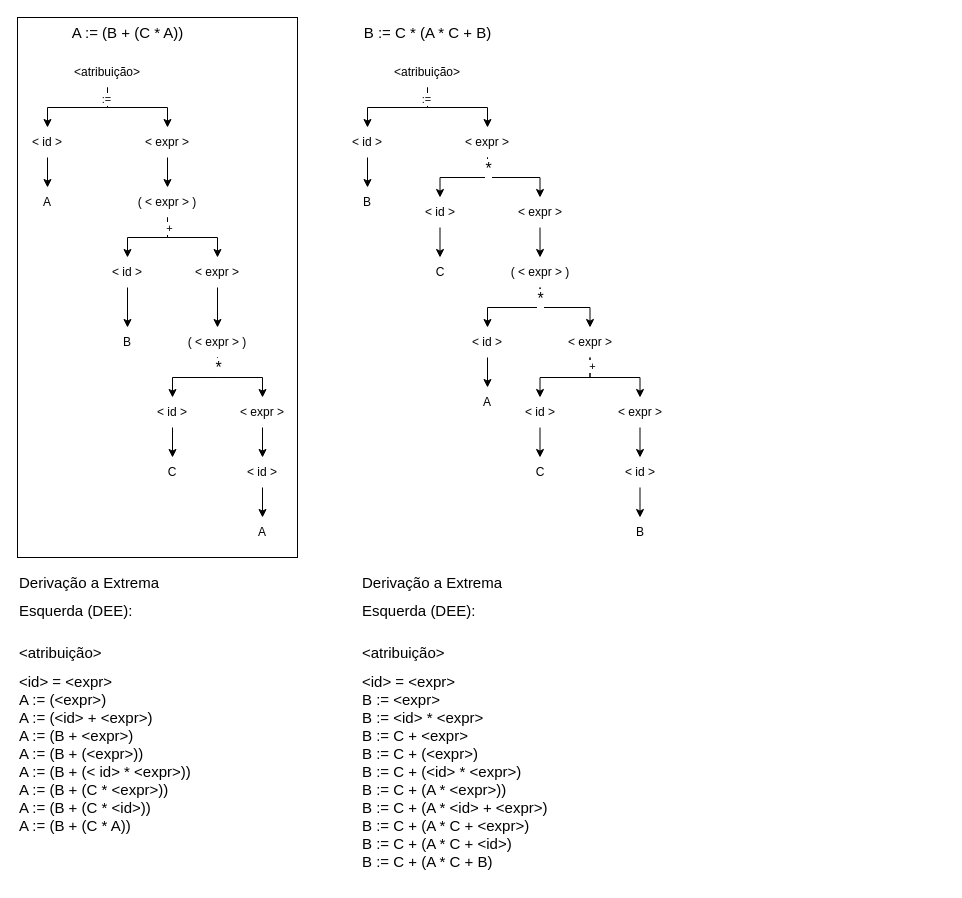
The draw.io diagram PLP.drawio in gabrielbentog/graphs, before the edit. Source tidied: cells renumbered, new cells numbered last; positions are measured from the earlier drawing's top-left corner, leaving out a move shared by most shapes. Both pictures are drawn from the tidied source at 100%, with x=0, y=0 at pixel (17, 17).
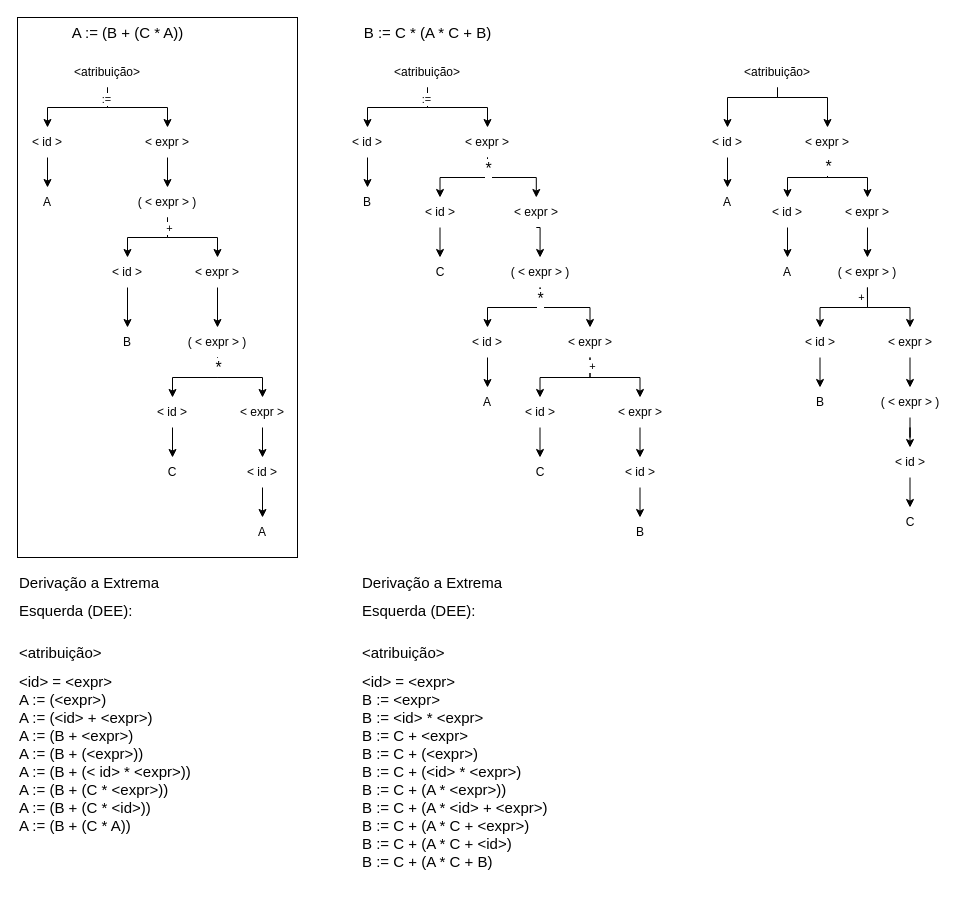
The same page after the edit.

Diff of the diagram source:
```diff
@@
     <mxCell id="48" value="&amp;lt; expr &amp;gt;" style="text;html=1;align=center;verticalAlign=middle;whiteSpace=wrap;rounded=0;" parent="1" vertex="1">
-      <mxGeometry x="492.5" y="180" width="60" height="30" as="geometry" />
+      <mxGeometry x="488.8" y="180" width="60" height="30" as="geometry" />
     </mxCell>
@@
+    <mxCell id="72" style="edgeStyle=orthogonalEdgeStyle;rounded=0;jettySize=auto;html=1;exitX=0.5;exitY=1;exitDx=0;exitDy=0;entryX=0.5;entryY=0;entryDx=0;entryDy=0;" parent="1" edge="1" source="80">
+      <mxGeometry relative="1" as="geometry">
+        <mxPoint x="710" y="170" as="targetPoint" />
+      </mxGeometry>
+    </mxCell>
+    <mxCell id="73" style="edgeStyle=orthogonalEdgeStyle;rounded=0;jettySize=auto;html=1;entryX=0.5;entryY=0;entryDx=0;entryDy=0;" parent="1" edge="1" source="76" target="83">
+      <mxGeometry relative="1" as="geometry" />
+    </mxCell>
+    <mxCell id="74" style="edgeStyle=orthogonalEdgeStyle;rounded=0;jettySize=auto;html=1;exitX=0.5;exitY=1;exitDx=0;exitDy=0;entryX=0.5;entryY=0;entryDx=0;entryDy=0;" parent="1" edge="1" source="76" target="85">
+      <mxGeometry relative="1" as="geometry" />
+    </mxCell>
+    <mxCell id="75" value="*" style="edgeLabel;html=1;align=center;verticalAlign=middle;fontSize=16;" parent="74" vertex="1">
+      <mxGeometry x="-0.81" relative="1" as="geometry" />
+    </mxCell>
+    <mxCell id="76" value="&amp;lt; expr &amp;gt;" style="text;html=1;align=center;verticalAlign=middle;whiteSpace=wrap;rounded=0;" parent="1" vertex="1">
+      <mxGeometry x="780" y="110" width="60" height="30" as="geometry" />
+    </mxCell>
+    <mxCell id="77" style="edgeStyle=orthogonalEdgeStyle;rounded=0;jettySize=auto;html=1;entryX=0.5;entryY=0;entryDx=0;entryDy=0;exitX=0.5;exitY=1;exitDx=0;exitDy=0;" parent="1" edge="1" source="79">
+      <mxGeometry relative="1" as="geometry">
+        <mxPoint x="710" y="110" as="targetPoint" />
+        <Array as="points">
+          <mxPoint x="760" y="80" />
+          <mxPoint x="710" y="80" />
+        </Array>
+      </mxGeometry>
+    </mxCell>
+    <mxCell id="78" style="edgeStyle=orthogonalEdgeStyle;rounded=0;jettySize=auto;html=1;exitX=0.5;exitY=1;exitDx=0;exitDy=0;" parent="1" edge="1" source="79" target="76">
+      <mxGeometry relative="1" as="geometry">
+        <Array as="points">
+          <mxPoint x="760" y="80" />
+          <mxPoint x="810" y="80" />
+        </Array>
+      </mxGeometry>
+    </mxCell>
+    <mxCell id="79" value="&amp;lt;atribuição&amp;gt;" style="text;html=1;align=center;verticalAlign=middle;whiteSpace=wrap;rounded=0;" parent="1" vertex="1">
+      <mxGeometry x="730" y="40" width="60" height="30" as="geometry" />
+    </mxCell>
+    <mxCell id="80" value="&amp;lt; id &amp;gt;" style="text;html=1;align=center;verticalAlign=middle;whiteSpace=wrap;rounded=0;" parent="1" vertex="1">
+      <mxGeometry x="680" y="110" width="60" height="30" as="geometry" />
+    </mxCell>
+    <mxCell id="81" value="A" style="text;html=1;align=center;verticalAlign=middle;whiteSpace=wrap;rounded=0;" parent="1" vertex="1">
+      <mxGeometry x="680" y="170" width="60" height="30" as="geometry" />
+    </mxCell>
+    <mxCell id="82" style="edgeStyle=orthogonalEdgeStyle;rounded=0;jettySize=auto;html=1;exitX=0.5;exitY=1;exitDx=0;exitDy=0;" parent="1" edge="1" source="83" target="86">
+      <mxGeometry relative="1" as="geometry" />
+    </mxCell>
+    <mxCell id="83" value="&amp;lt; id &amp;gt;" style="text;html=1;align=center;verticalAlign=middle;whiteSpace=wrap;rounded=0;" parent="1" vertex="1">
+      <mxGeometry x="740" y="180" width="60" height="30" as="geometry" />
+    </mxCell>
+    <mxCell id="84" style="edgeStyle=orthogonalEdgeStyle;rounded=0;jettySize=auto;html=1;exitX=0.5;exitY=1;exitDx=0;exitDy=0;entryX=0.5;entryY=0;entryDx=0;entryDy=0;" parent="1" edge="1" source="85" target="89">
+      <mxGeometry relative="1" as="geometry" />
+    </mxCell>
+    <mxCell id="85" value="&amp;lt; expr &amp;gt;" style="text;html=1;align=center;verticalAlign=middle;whiteSpace=wrap;rounded=0;" parent="1" vertex="1">
+      <mxGeometry x="820" y="180" width="60" height="30" as="geometry" />
+    </mxCell>
+    <mxCell id="86" value="A" style="text;html=1;align=center;verticalAlign=middle;whiteSpace=wrap;rounded=0;" parent="1" vertex="1">
+      <mxGeometry x="740" y="240" width="60" height="30" as="geometry" />
+    </mxCell>
+    <mxCell id="87" style="edgeStyle=orthogonalEdgeStyle;rounded=0;jettySize=auto;html=1;exitX=0.5;exitY=1;exitDx=0;exitDy=0;entryX=0.5;entryY=0;entryDx=0;entryDy=0;" parent="1" edge="1" source="89" target="92">
+      <mxGeometry relative="1" as="geometry" />
+    </mxCell>
+    <mxCell id="88" style="edgeStyle=orthogonalEdgeStyle;rounded=0;jettySize=auto;html=1;exitX=0.5;exitY=1;exitDx=0;exitDy=0;" parent="1" edge="1" source="89" target="94">
+      <mxGeometry relative="1" as="geometry" />
+    </mxCell>
+    <mxCell id="89" value="( &amp;lt; expr &amp;gt; )" style="text;html=1;align=center;verticalAlign=middle;whiteSpace=wrap;rounded=0;" parent="1" vertex="1">
+      <mxGeometry x="816.2" y="240" width="67.5" height="30" as="geometry" />
+    </mxCell>
+    <mxCell id="90" value="+" style="edgeLabel;html=1;align=center;verticalAlign=middle;" parent="1" vertex="1">
+      <mxGeometry x="843.5" y="279.7" as="geometry" />
+    </mxCell>
+    <mxCell id="91" style="edgeStyle=orthogonalEdgeStyle;rounded=0;jettySize=auto;html=1;exitX=0.5;exitY=1;exitDx=0;exitDy=0;entryX=0.5;entryY=0;entryDx=0;entryDy=0;" parent="1" edge="1" source="92" target="97">
+      <mxGeometry relative="1" as="geometry" />
+    </mxCell>
+    <mxCell id="92" value="&amp;lt; id &amp;gt;" style="text;html=1;align=center;verticalAlign=middle;whiteSpace=wrap;rounded=0;" parent="1" vertex="1">
+      <mxGeometry x="772.5" y="310" width="60" height="30" as="geometry" />
+    </mxCell>
+    <mxCell id="93" style="edgeStyle=orthogonalEdgeStyle;rounded=0;jettySize=auto;html=1;exitX=0.5;exitY=1;exitDx=0;exitDy=0;entryX=0.5;entryY=0;entryDx=0;entryDy=0;" parent="1" edge="1" source="94" target="96">
+      <mxGeometry relative="1" as="geometry" />
+    </mxCell>
+    <mxCell id="94" value="&amp;lt; expr &amp;gt;" style="text;html=1;align=center;verticalAlign=middle;whiteSpace=wrap;rounded=0;" parent="1" vertex="1">
+      <mxGeometry x="862.5" y="310" width="60" height="30" as="geometry" />
+    </mxCell>
+    <mxCell id="95" style="edgeStyle=orthogonalEdgeStyle;rounded=0;jettySize=auto;html=1;exitX=0.5;exitY=1;exitDx=0;exitDy=0;" parent="1" edge="1" source="96" target="99">
+      <mxGeometry relative="1" as="geometry" />
+    </mxCell>
+    <mxCell id="96" value="( &amp;lt; expr &amp;gt; )" style="text;html=1;align=center;verticalAlign=middle;whiteSpace=wrap;rounded=0;" parent="1" vertex="1">
+      <mxGeometry x="857.5" y="370" width="70" height="30" as="geometry" />
+    </mxCell>
+    <mxCell id="97" value="B" style="text;html=1;align=center;verticalAlign=middle;whiteSpace=wrap;rounded=0;" parent="1" vertex="1">
+      <mxGeometry x="772.5" y="370" width="60" height="30" as="geometry" />
+    </mxCell>
+    <mxCell id="98" style="edgeStyle=orthogonalEdgeStyle;rounded=0;jettySize=auto;html=1;exitX=0.5;exitY=1;exitDx=0;exitDy=0;entryX=0.5;entryY=0;entryDx=0;entryDy=0;" parent="1" edge="1" source="99" target="100">
+      <mxGeometry relative="1" as="geometry" />
+    </mxCell>
+    <mxCell id="99" value="&amp;lt; id &amp;gt;" style="text;html=1;align=center;verticalAlign=middle;whiteSpace=wrap;rounded=0;" parent="1" vertex="1">
+      <mxGeometry x="862.5" y="430" width="60" height="30" as="geometry" />
+    </mxCell>
+    <mxCell id="100" value="C" style="text;html=1;align=center;verticalAlign=middle;whiteSpace=wrap;rounded=0;" parent="1" vertex="1">
+      <mxGeometry x="862.5" y="490" width="60" height="30" as="geometry" />
+    </mxCell>
```
